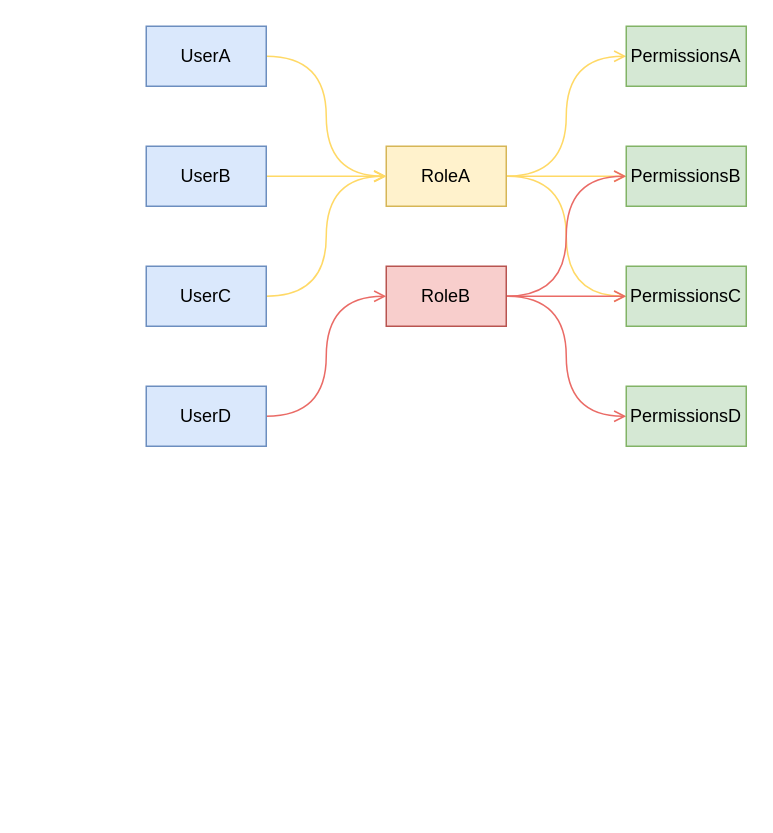
The draw.io diagram Draw/Go/RBAC.drawio in Zhangbokai614/draw, before the edit. Source tidied: cells renumbered, new cells numbered last; positions are measured from the earlier drawing's top-left corner, leaving out a move shared by most shapes. Both pictures are drawn from the tidied source at 150%, with x=0, y=0 at pixel (146, 26).
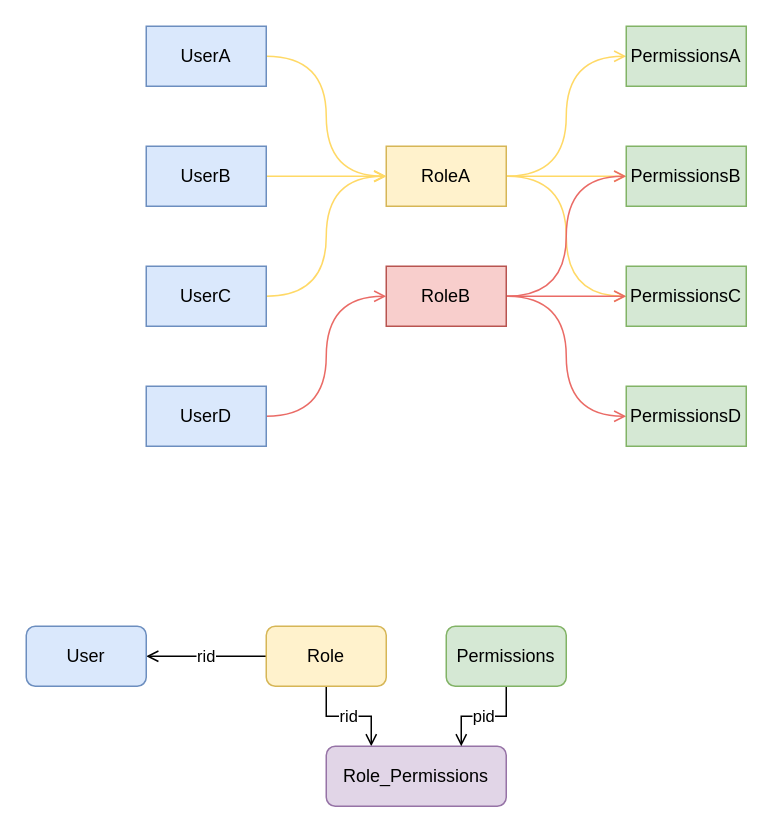
The same page after the edit.

What changed in the source:
```diff
@@
-<mxGraphModel>
+<mxGraphModel background="#ffffff">
@@
+    <mxCell id="22" value="rid" style="edgeStyle=orthogonalEdgeStyle;rounded=0;jettySize=auto;html=1;exitX=0;exitY=0.5;exitDx=0;exitDy=0;endArrow=open;endFill=0;entryX=1;entryY=0.5;entryDx=0;entryDy=0;" parent="1" edge="1" source="25" target="23">
+      <mxGeometry relative="1" as="geometry" />
+    </mxCell>
+    <mxCell id="23" value="User" style="rounded=1;whiteSpace=wrap;html=1;fillColor=#dae8fc;strokeColor=#6c8ebf;" parent="1" vertex="1">
+      <mxGeometry x="-80" y="400" width="80" height="40" as="geometry" />
+    </mxCell>
+    <mxCell id="24" value="rid" style="edgeStyle=orthogonalEdgeStyle;rounded=0;jettySize=auto;html=1;exitX=0.5;exitY=1;exitDx=0;exitDy=0;entryX=0.25;entryY=0;entryDx=0;entryDy=0;endArrow=open;endFill=0;" parent="1" edge="1" source="25" target="26">
+      <mxGeometry relative="1" as="geometry" />
+    </mxCell>
+    <mxCell id="25" value="Role" style="rounded=1;whiteSpace=wrap;html=1;fillColor=#fff2cc;strokeColor=#d6b656;" parent="1" vertex="1">
+      <mxGeometry x="80" y="400" width="80" height="40" as="geometry" />
+    </mxCell>
+    <mxCell id="26" value="Role_Permissions" style="rounded=1;whiteSpace=wrap;html=1;fillColor=#e1d5e7;strokeColor=#9673a6;" parent="1" vertex="1">
+      <mxGeometry x="120" y="480" width="120" height="40" as="geometry" />
+    </mxCell>
+    <mxCell id="27" value="pid" style="edgeStyle=orthogonalEdgeStyle;rounded=0;jettySize=auto;html=1;exitX=0.5;exitY=1;exitDx=0;exitDy=0;entryX=0.75;entryY=0;entryDx=0;entryDy=0;endArrow=open;endFill=0;" parent="1" edge="1" source="28" target="26">
+      <mxGeometry relative="1" as="geometry" />
+    </mxCell>
+    <mxCell id="28" value="Permissions" style="rounded=1;whiteSpace=wrap;html=1;fillColor=#d5e8d4;strokeColor=#82b366;" parent="1" vertex="1">
+      <mxGeometry x="200" y="400" width="80" height="40" as="geometry" />
+    </mxCell>
```
